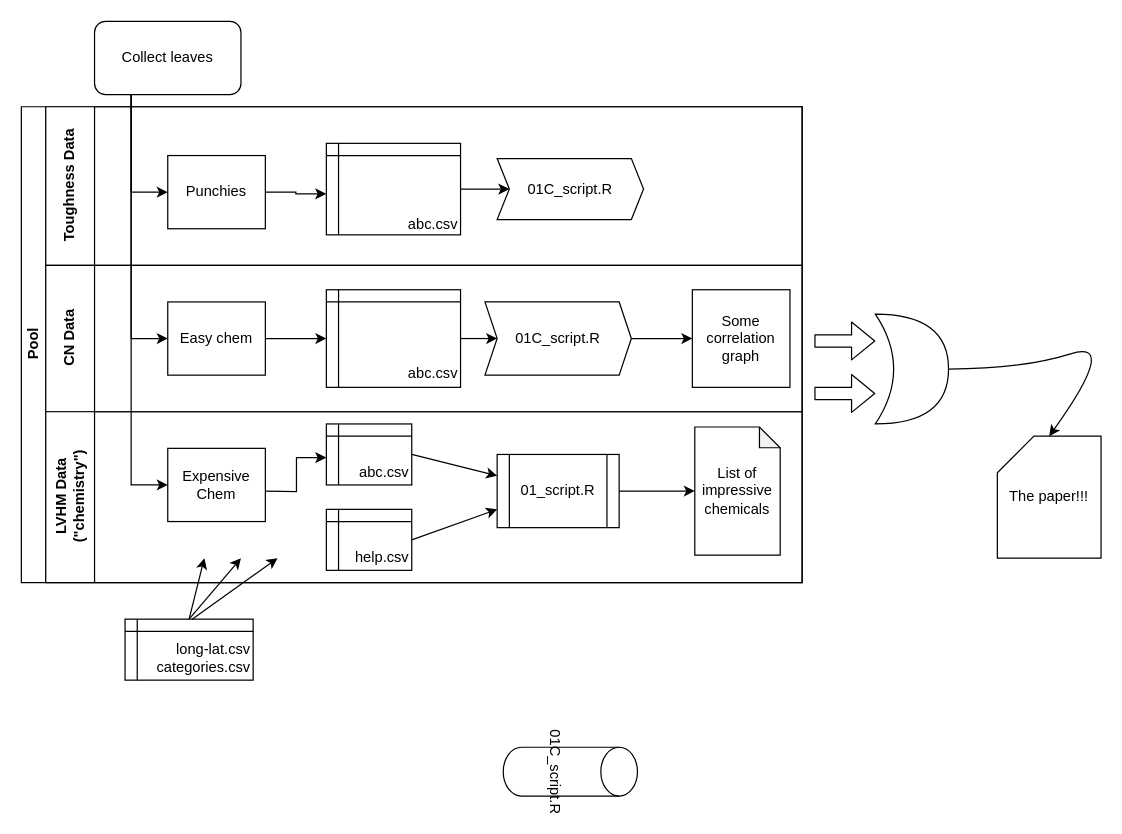
Above: data_flow_overview.drawio in carinamina/phytolacca-chemistry (draw.io), before the change. Source tidied: cells renumbered, new cells numbered last; positions are measured from the earlier drawing's top-left corner, leaving out a move shared by most shapes. Both pictures are drawn from the tidied source at 122%, with x=0, y=0 at pixel (21, 21).
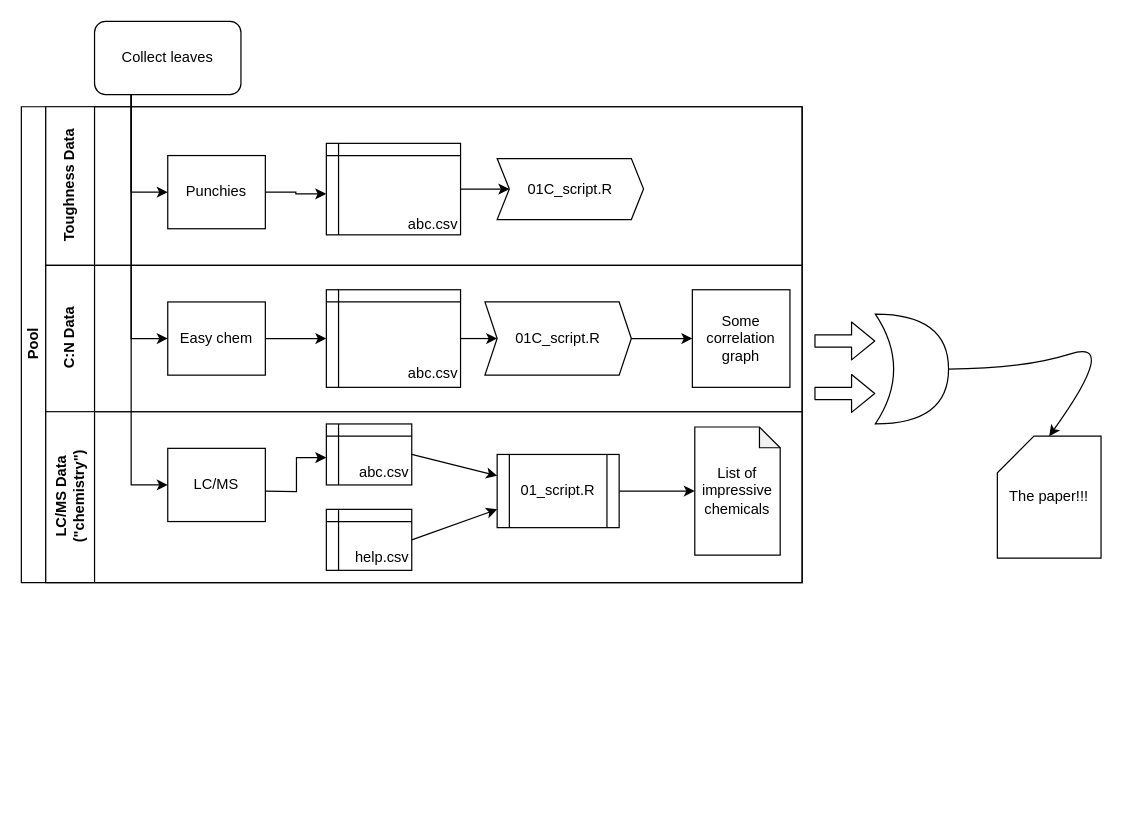
The same diagram, later.

Unchanged cells that the change refers to:
```xml
<mxCell id="2" value="Pool" style="swimlane;html=1;horizontal=0;startSize=20;" parent="1" vertex="1">
  <mxGeometry y="70" width="640" height="390" as="geometry" />
</mxCell>
```

What changed in the source:
```diff
@@
-    <mxCell id="7" value="CN Data" style="swimlane;html=1;startSize=40;horizontal=0;" parent="2" vertex="1">
+    <mxCell id="7" value="C:N Data" style="swimlane;html=1;startSize=40;horizontal=0;" parent="2" vertex="1">
       <mxGeometry x="20" y="130" width="620" height="120" as="geometry" />
     </mxCell>
@@
-    <mxCell id="15" value="LVHM Data&lt;br&gt;(&quot;chemistry&quot;)" style="swimlane;html=1;startSize=40;horizontal=0;" parent="2" vertex="1">
+    <mxCell id="15" value="LC/MS Data&lt;br&gt;(&quot;chemistry&quot;)" style="swimlane;html=1;startSize=40;horizontal=0;" parent="2" vertex="1">
       <mxGeometry x="20" y="250" width="620" height="140" as="geometry" />
     </mxCell>
-    <mxCell id="16" value="Expensive Chem" style="rounded=0;whiteSpace=wrap;html=1;fontFamily=Helvetica;fontSize=12;fontColor=#000000;align=center;" parent="15" vertex="1">
+    <mxCell id="16" value="LC/MS" style="rounded=0;whiteSpace=wrap;html=1;fontFamily=Helvetica;fontSize=12;fontColor=#000000;align=center;" parent="15" vertex="1">
       <mxGeometry x="100" y="30" width="80" height="60" as="geometry" />
     </mxCell>
@@
-    <mxCell id="31" value="01C_script.R" style="shape=cylinder3;whiteSpace=wrap;html=1;boundedLbl=1;backgroundOutline=1;size=15;rotation=90;" parent="1" vertex="1">
-      <mxGeometry x="430" y="560" width="40" height="110" as="geometry" />
-    </mxCell>
@@
-    <mxCell id="37" value="&lt;br&gt;long-lat.csv&lt;br&gt;categories.csv" style="shape=internalStorage;whiteSpace=wrap;html=1;backgroundOutline=1;align=right;dx=10;dy=10;" parent="1" vertex="1">
-      <mxGeometry x="85" y="490" width="105" height="50" as="geometry" />
-    </mxCell>
-    <mxCell id="38" style="endArrow=classic;html=1;exitX=0.5;exitY=0;exitDx=0;exitDy=0;" parent="1" edge="1" source="37">
-      <mxGeometry relative="1" as="geometry">
-        <mxPoint x="150" y="440" as="targetPoint" />
-      </mxGeometry>
-    </mxCell>
-    <mxCell id="39" style="endArrow=classic;html=1;" parent="1" edge="1">
-      <mxGeometry relative="1" as="geometry">
-        <mxPoint x="140" y="490" as="sourcePoint" />
-        <mxPoint x="210" y="440" as="targetPoint" />
-      </mxGeometry>
-    </mxCell>
-    <mxCell id="40" style="endArrow=classic;html=1;exitX=0.5;exitY=0;exitDx=0;exitDy=0;" parent="1" edge="1" source="37">
-      <mxGeometry relative="1" as="geometry">
-        <mxPoint x="180" y="440" as="targetPoint" />
-      </mxGeometry>
-    </mxCell>
```
